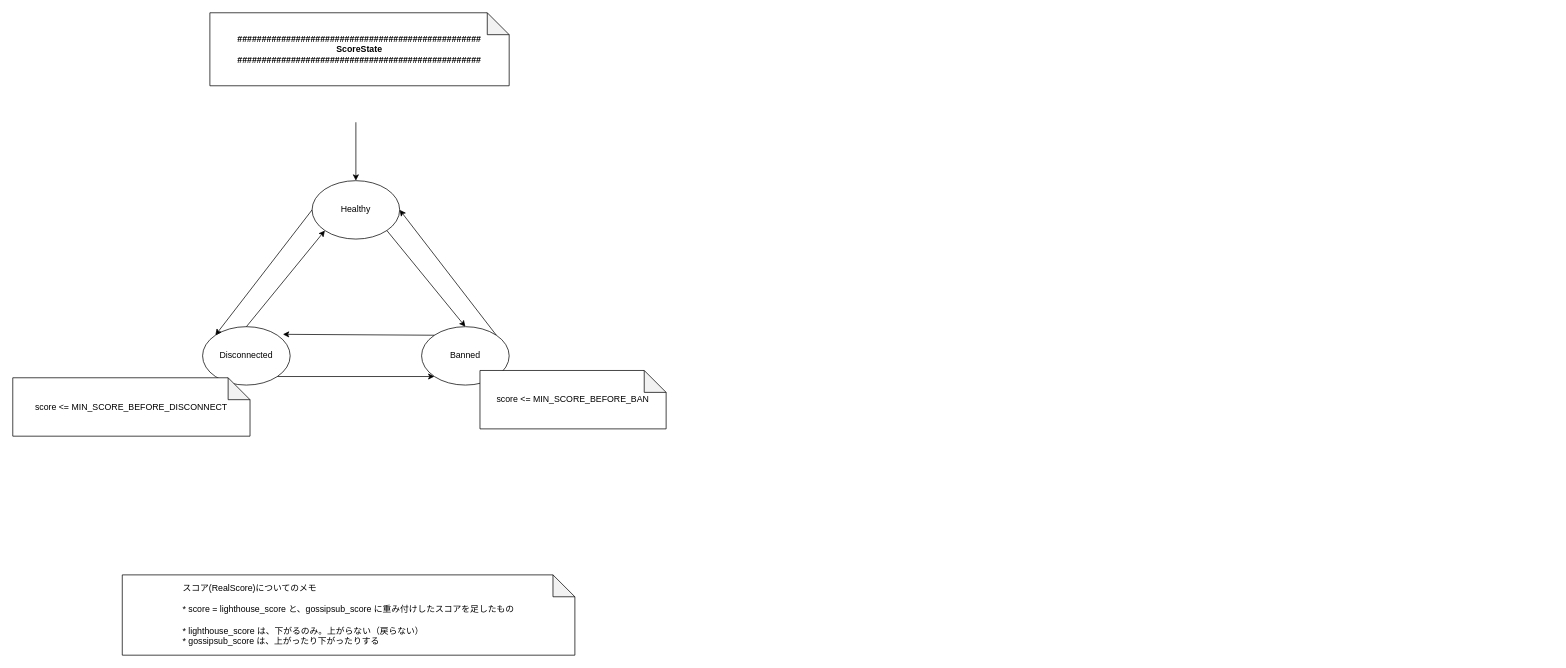
Before: lighthouse/peer_manager/state_diagram.drawio in ackintosh/sandbox, a draw.io diagram. Source tidied: cells renumbered, new cells numbered last; positions are measured from the earlier drawing's top-left corner, leaving out a move shared by most shapes. Both pictures are drawn from the tidied source at 73%, with x=0, y=0 at pixel (12, 12).
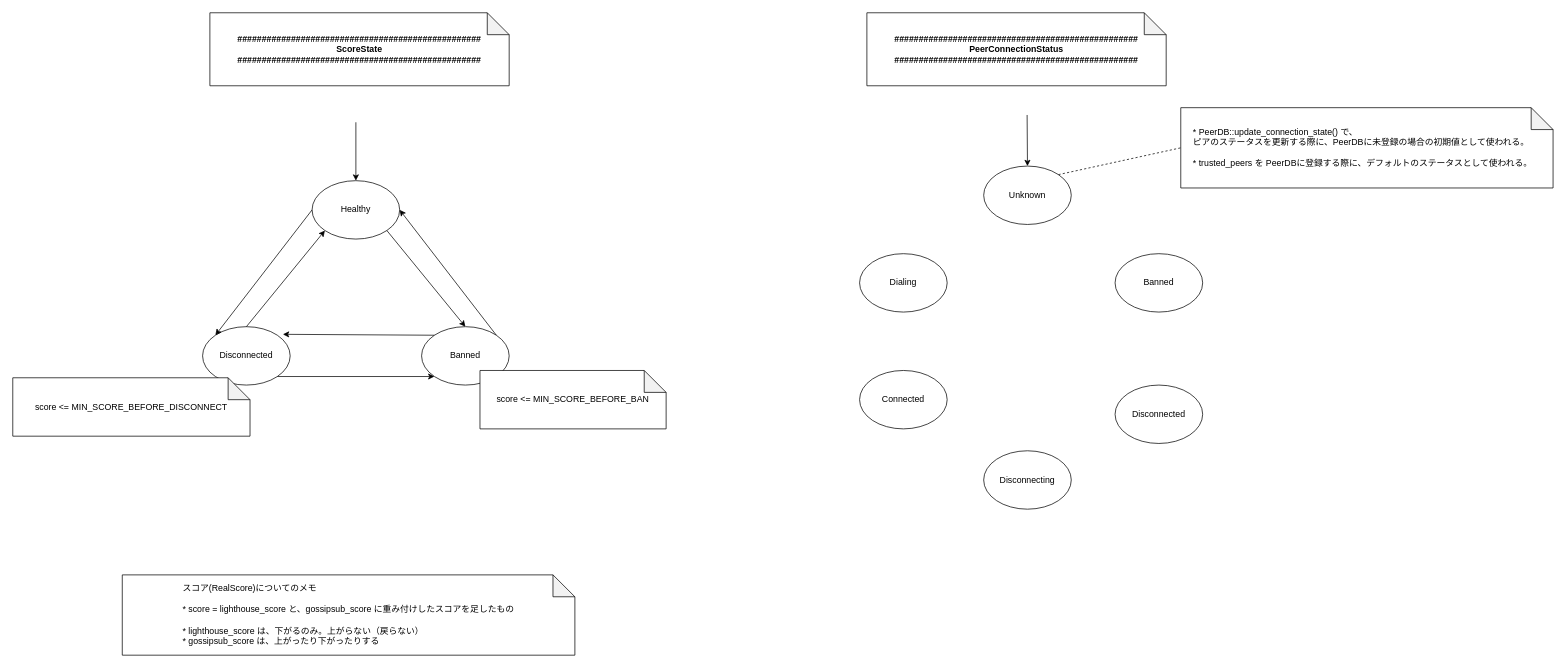
Above is the later version.

Change to the diagram source:
```diff
@@
+    <mxCell id="16" value="##################################################&lt;br&gt;PeerConnectionStatus&lt;br&gt;##################################################" style="shape=note;whiteSpace=wrap;html=1;backgroundOutline=1;darkOpacity=0.05;fontStyle=1;" parent="1" vertex="1">
+      <mxGeometry x="1170" width="410" height="100" as="geometry" />
+    </mxCell>
+    <mxCell id="17" value="Unknown" style="ellipse;whiteSpace=wrap;html=1;" parent="1" vertex="1">
+      <mxGeometry x="1330" y="210" width="120" height="80" as="geometry" />
+    </mxCell>
+    <mxCell id="18" style="endArrow=classic;html=1;entryX=0.5;entryY=0;entryDx=0;entryDy=0;" parent="1" edge="1" target="17">
+      <mxGeometry relative="1" as="geometry">
+        <mxPoint x="1389.5" y="140" as="sourcePoint" />
+      </mxGeometry>
+    </mxCell>
+    <mxCell id="19" value="Connected" style="ellipse;whiteSpace=wrap;html=1;" parent="1" vertex="1">
+      <mxGeometry x="1160" y="490" width="120" height="80" as="geometry" />
+    </mxCell>
+    <mxCell id="20" value="Disconnecting" style="ellipse;whiteSpace=wrap;html=1;" parent="1" vertex="1">
+      <mxGeometry x="1330" y="600" width="120" height="80" as="geometry" />
+    </mxCell>
+    <mxCell id="21" value="Disconnected" style="ellipse;whiteSpace=wrap;html=1;" parent="1" vertex="1">
+      <mxGeometry x="1510" y="510" width="120" height="80" as="geometry" />
+    </mxCell>
+    <mxCell id="22" value="Banned" style="ellipse;whiteSpace=wrap;html=1;" parent="1" vertex="1">
+      <mxGeometry x="1510" y="330" width="120" height="80" as="geometry" />
+    </mxCell>
+    <mxCell id="23" value="Dialing" style="ellipse;whiteSpace=wrap;html=1;" parent="1" vertex="1">
+      <mxGeometry x="1160" y="330" width="120" height="80" as="geometry" />
+    </mxCell>
+    <mxCell id="24" value="&lt;span style=&quot;font-weight: 400&quot;&gt;* PeerDB::&lt;/span&gt;&lt;span style=&quot;font-weight: 400&quot;&gt;update_connection_state() で、&lt;br&gt;ピアのステータスを更新する際に、PeerDBに未登録の場合の初期値として使われる。&lt;br&gt;&lt;br&gt;* trusted_peers を PeerDBに登録する際に、デフォルトのステータスとして使われる。&lt;br&gt;&lt;/span&gt;" style="shape=note;whiteSpace=wrap;html=1;backgroundOutline=1;darkOpacity=0.05;fontStyle=1;align=left;spacingLeft=15;" parent="1" vertex="1">
+      <mxGeometry x="1600" y="130" width="510" height="110" as="geometry" />
+    </mxCell>
+    <mxCell id="25" style="endArrow=none;dashed=1;html=1;entryX=0;entryY=0.5;entryDx=0;entryDy=0;entryPerimeter=0;exitX=1;exitY=0;exitDx=0;exitDy=0;" parent="1" edge="1" source="17" target="24">
+      <mxGeometry relative="1" as="geometry" />
+    </mxCell>
```
